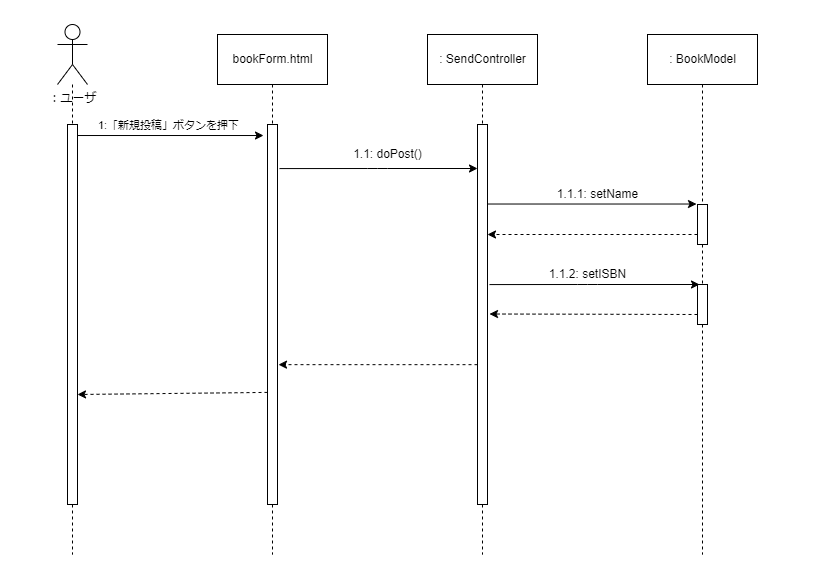
The draw.io diagram sequence-graph/sendAboutBook.png in Sane21/Syspro, before a commit. Source tidied: cells renumbered, new cells last; positions are measured from the earlier drawing's top-left corner, leaving out a move shared by most shapes. Source of this version:
```xml
<mxGraphModel background="#ffffff">
  <root>
    <mxCell id="0" />
    <mxCell id="1" parent="0" />
    <mxCell id="2" style="rounded=0;whiteSpace=wrap;html=1;strokeColor=none;" parent="1" vertex="1">
      <mxGeometry width="120" height="60" as="geometry" />
    </mxCell>
    <mxCell id="3" style="rounded=0;whiteSpace=wrap;html=1;strokeColor=none;" parent="1" vertex="1">
      <mxGeometry x="699" y="509" width="120" height="60" as="geometry" />
    </mxCell>
    <mxCell id="4" style="edgeStyle=none;html=1;exitX=0.5;exitY=1;exitDx=0;exitDy=0;dashed=1;endArrow=none;endFill=0;entryX=0.5;entryY=0;entryDx=0;entryDy=0;entryPerimeter=0;" parent="1" edge="1" source="15" target="20">
      <mxGeometry relative="1" as="geometry" />
    </mxCell>
    <mxCell id="5" style="edgeStyle=none;html=1;exitX=0.5;exitY=1;exitDx=0;exitDy=0;dashed=1;endArrow=none;endFill=0;" parent="1" edge="1" source="9">
      <mxGeometry relative="1" as="geometry">
        <mxPoint x="272" y="554" as="targetPoint" />
      </mxGeometry>
    </mxCell>
    <mxCell id="6" style="edgeStyle=none;html=1;endArrow=none;endFill=0;dashed=1;" parent="1" edge="1" source="7">
      <mxGeometry relative="1" as="geometry">
        <mxPoint x="72" y="554" as="targetPoint" />
      </mxGeometry>
    </mxCell>
    <mxCell id="7" value="：ユーザ" style="shape=umlActor;verticalLabelPosition=bottom;verticalAlign=top;html=1;" parent="1" vertex="1">
      <mxGeometry x="57" y="24" width="30" height="60" as="geometry" />
    </mxCell>
    <mxCell id="8" style="html=1;points=[];perimeter=orthogonalPerimeter;" parent="1" vertex="1">
      <mxGeometry x="67" y="124" width="10" height="380" as="geometry" />
    </mxCell>
    <mxCell id="9" value="bookForm.html" style="html=1;" parent="1" vertex="1">
      <mxGeometry x="217" y="34" width="110" height="50" as="geometry" />
    </mxCell>
    <mxCell id="10" style="html=1;points=[];perimeter=orthogonalPerimeter;" parent="1" vertex="1">
      <mxGeometry x="267" y="124" width="10" height="380" as="geometry" />
    </mxCell>
    <mxCell id="11" style="edgeStyle=none;html=1;exitX=0.5;exitY=1;exitDx=0;exitDy=0;dashed=1;endArrow=none;endFill=0;" parent="1" edge="1" source="12">
      <mxGeometry relative="1" as="geometry">
        <mxPoint x="482" y="554" as="targetPoint" />
      </mxGeometry>
    </mxCell>
    <mxCell id="12" value=": SendController" style="html=1;" parent="1" vertex="1">
      <mxGeometry x="427" y="34" width="110" height="50" as="geometry" />
    </mxCell>
    <mxCell id="13" style="html=1;points=[];perimeter=orthogonalPerimeter;" parent="1" vertex="1">
      <mxGeometry x="477" y="124" width="10" height="380" as="geometry" />
    </mxCell>
    <mxCell id="14" style="edgeStyle=none;html=1;exitX=0.5;exitY=1;exitDx=0;exitDy=0;dashed=1;endArrow=none;endFill=0;startArrow=none;" parent="1" edge="1" source="22">
      <mxGeometry relative="1" as="geometry">
        <mxPoint x="702" y="554" as="targetPoint" />
      </mxGeometry>
    </mxCell>
    <mxCell id="15" value=": BookModel" style="html=1;" parent="1" vertex="1">
      <mxGeometry x="647" y="34" width="110" height="50" as="geometry" />
    </mxCell>
    <mxCell id="16" style="endArrow=classic;html=1;entryX=-0.4;entryY=0.029;entryDx=0;entryDy=0;entryPerimeter=0;labelPosition=center;verticalLabelPosition=top;align=center;verticalAlign=bottom;" parent="1" edge="1" source="8" target="10">
      <mxGeometry relative="1" as="geometry" />
    </mxCell>
    <mxCell id="17" value="1:「新規投稿」ボタンを押下" style="edgeLabel;html=1;align=center;verticalAlign=middle;" parent="16" vertex="1">
      <mxGeometry x="-0.29" relative="1" as="geometry">
        <mxPoint x="24" y="-11" as="offset" />
      </mxGeometry>
    </mxCell>
    <mxCell id="18" style="endArrow=classic;html=1;exitX=1.2;exitY=0.116;exitDx=0;exitDy=0;exitPerimeter=0;" parent="1" edge="1" source="10" target="13">
      <mxGeometry relative="1" as="geometry">
        <Array as="points">
          <mxPoint x="377" y="168" />
        </Array>
      </mxGeometry>
    </mxCell>
    <mxCell id="19" value="1.1: doPost()" style="text;html=1;align=center;verticalAlign=middle;strokeColor=none;fillColor=none;" parent="1" vertex="1">
      <mxGeometry x="347" y="144" width="80" height="20" as="geometry" />
    </mxCell>
    <mxCell id="20" style="html=1;points=[];perimeter=orthogonalPerimeter;" parent="1" vertex="1">
      <mxGeometry x="697" y="204" width="10" height="40" as="geometry" />
    </mxCell>
    <mxCell id="21" value="1.1.1: setName" style="text;html=1;align=center;verticalAlign=middle;strokeColor=none;fillColor=none;" parent="1" vertex="1">
      <mxGeometry x="547" y="184" width="100" height="20" as="geometry" />
    </mxCell>
    <mxCell id="22" style="html=1;points=[];perimeter=orthogonalPerimeter;" parent="1" vertex="1">
      <mxGeometry x="697" y="284" width="10" height="40" as="geometry" />
    </mxCell>
    <mxCell id="23" style="edgeStyle=none;html=1;exitX=0.5;exitY=1;exitDx=0;exitDy=0;dashed=1;endArrow=none;endFill=0;startArrow=none;" parent="1" edge="1" source="20" target="22">
      <mxGeometry relative="1" as="geometry" />
    </mxCell>
    <mxCell id="24" style="endArrow=classic;html=1;exitX=1.2;exitY=0.116;exitDx=0;exitDy=0;exitPerimeter=0;entryX=0;entryY=0;entryDx=0;entryDy=0;entryPerimeter=0;" parent="1" edge="1">
      <mxGeometry relative="1" as="geometry">
        <mxPoint x="489" y="284.1" as="sourcePoint" />
        <mxPoint x="699" y="284" as="targetPoint" />
        <Array as="points">
          <mxPoint x="587" y="284" />
        </Array>
      </mxGeometry>
    </mxCell>
    <mxCell id="25" value="1.1.2: setISBN" style="text;html=1;align=center;verticalAlign=middle;strokeColor=none;fillColor=none;" parent="1" vertex="1">
      <mxGeometry x="542" y="264" width="90" height="20" as="geometry" />
    </mxCell>
    <mxCell id="26" style="endArrow=classic;dashed=1;html=1;entryX=1.1;entryY=0.632;entryDx=0;entryDy=0;entryPerimeter=0;endFill=1;" parent="1" edge="1" source="13" target="10">
      <mxGeometry relative="1" as="geometry" />
    </mxCell>
    <mxCell id="27" style="endArrow=classic;html=1;entryX=-0.1;entryY=-0.012;entryDx=0;entryDy=0;entryPerimeter=0;" parent="1" edge="1" source="13" target="20">
      <mxGeometry relative="1" as="geometry" />
    </mxCell>
    <mxCell id="28" style="endArrow=classic;dashed=1;html=1;entryX=1.1;entryY=0.632;entryDx=0;entryDy=0;entryPerimeter=0;endFill=1;" parent="1" edge="1" source="20">
      <mxGeometry relative="1" as="geometry">
        <mxPoint x="487" y="234" as="targetPoint" />
      </mxGeometry>
    </mxCell>
    <mxCell id="29" style="endArrow=classic;dashed=1;html=1;entryX=1.1;entryY=0.632;entryDx=0;entryDy=0;entryPerimeter=0;endFill=1;" parent="1" edge="1">
      <mxGeometry relative="1" as="geometry">
        <mxPoint x="697" y="314" as="sourcePoint" />
        <mxPoint x="489" y="313.5" as="targetPoint" />
      </mxGeometry>
    </mxCell>
    <mxCell id="30" style="endArrow=classic;dashed=1;html=1;entryX=1.1;entryY=0.632;entryDx=0;entryDy=0;entryPerimeter=0;endFill=1;exitX=0;exitY=0.705;exitDx=0;exitDy=0;exitPerimeter=0;" parent="1" edge="1" source="10">
      <mxGeometry relative="1" as="geometry">
        <mxPoint x="77" y="394" as="targetPoint" />
      </mxGeometry>
    </mxCell>
  </root>
</mxGraphModel>
```
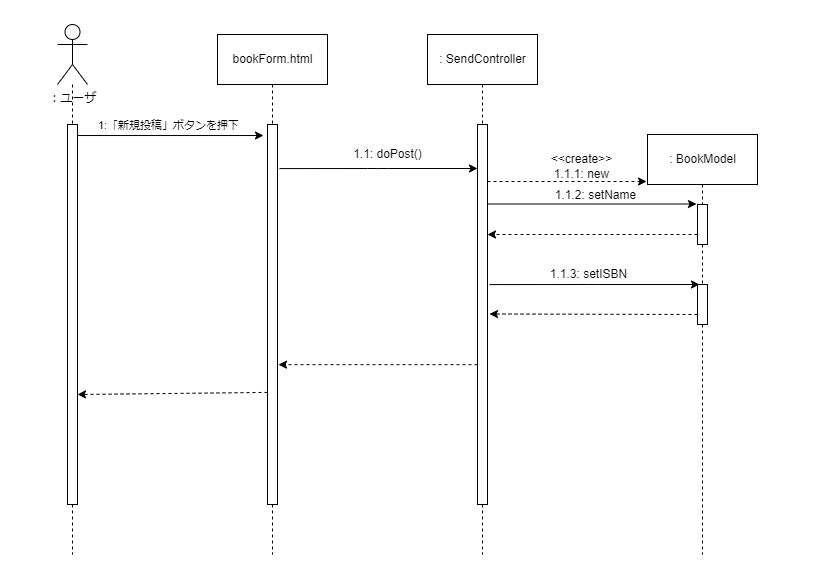
The same file after the commit.

Commit message:
「技術書に関して投稿する」部分のシーケンス図にcreateの矢印を追加

Change to the diagram source:
```diff
@@ -50,7 +50,7 @@
       </mxGeometry>
     </mxCell>
     <mxCell id="15" value=": BookModel" style="html=1;" parent="1" vertex="1">
-      <mxGeometry x="647" y="34" width="110" height="50" as="geometry" />
+      <mxGeometry x="647" y="134" width="110" height="50" as="geometry" />
     </mxCell>
     <mxCell id="16" style="endArrow=classic;html=1;entryX=-0.4;entryY=0.029;entryDx=0;entryDy=0;entryPerimeter=0;labelPosition=center;verticalLabelPosition=top;align=center;verticalAlign=bottom;" parent="1" edge="1" source="8" target="10">
       <mxGeometry relative="1" as="geometry" />
@@ -73,8 +73,8 @@
     <mxCell id="20" style="html=1;points=[];perimeter=orthogonalPerimeter;" parent="1" vertex="1">
       <mxGeometry x="697" y="204" width="10" height="40" as="geometry" />
     </mxCell>
-    <mxCell id="21" value="1.1.1: setName" style="text;html=1;align=center;verticalAlign=middle;strokeColor=none;fillColor=none;" parent="1" vertex="1">
-      <mxGeometry x="547" y="184" width="100" height="20" as="geometry" />
+    <mxCell id="21" value="1.1.2: setName" style="text;html=1;align=center;verticalAlign=middle;strokeColor=none;fillColor=none;" parent="1" vertex="1">
+      <mxGeometry x="549" y="186" width="91" height="18" as="geometry" />
     </mxCell>
     <mxCell id="22" style="html=1;points=[];perimeter=orthogonalPerimeter;" parent="1" vertex="1">
       <mxGeometry x="697" y="284" width="10" height="40" as="geometry" />
@@ -91,8 +91,8 @@
         </Array>
       </mxGeometry>
     </mxCell>
-    <mxCell id="25" value="1.1.2: setISBN" style="text;html=1;align=center;verticalAlign=middle;strokeColor=none;fillColor=none;" parent="1" vertex="1">
-      <mxGeometry x="542" y="264" width="90" height="20" as="geometry" />
+    <mxCell id="25" value="1.1.3: setISBN" style="text;html=1;align=center;verticalAlign=middle;strokeColor=none;fillColor=none;" parent="1" vertex="1">
+      <mxGeometry x="544" y="265" width="87" height="18" as="geometry" />
     </mxCell>
     <mxCell id="26" style="endArrow=classic;dashed=1;html=1;entryX=1.1;entryY=0.632;entryDx=0;entryDy=0;entryPerimeter=0;endFill=1;" parent="1" edge="1" source="13" target="10">
       <mxGeometry relative="1" as="geometry" />
@@ -116,5 +116,17 @@
         <mxPoint x="77" y="394" as="targetPoint" />
       </mxGeometry>
     </mxCell>
+    <mxCell id="31" style="endArrow=classic;html=1;dashed=1;" parent="1" edge="1">
+      <mxGeometry relative="1" as="geometry">
+        <mxPoint x="487" y="181" as="sourcePoint" />
+        <mxPoint x="646" y="181" as="targetPoint" />
+        <Array as="points">
+          <mxPoint x="577" y="181" />
+        </Array>
+      </mxGeometry>
+    </mxCell>
+    <mxCell id="32" value="&amp;lt;&amp;lt;create&amp;gt;&amp;gt;&lt;br&gt;1.1.1: new" style="text;html=1;align=center;verticalAlign=middle;strokeColor=none;fillColor=none;" parent="1" vertex="1">
+      <mxGeometry x="541" y="151" width="80" height="30" as="geometry" />
+    </mxCell>
   </root>
 </mxGraphModel>
```
